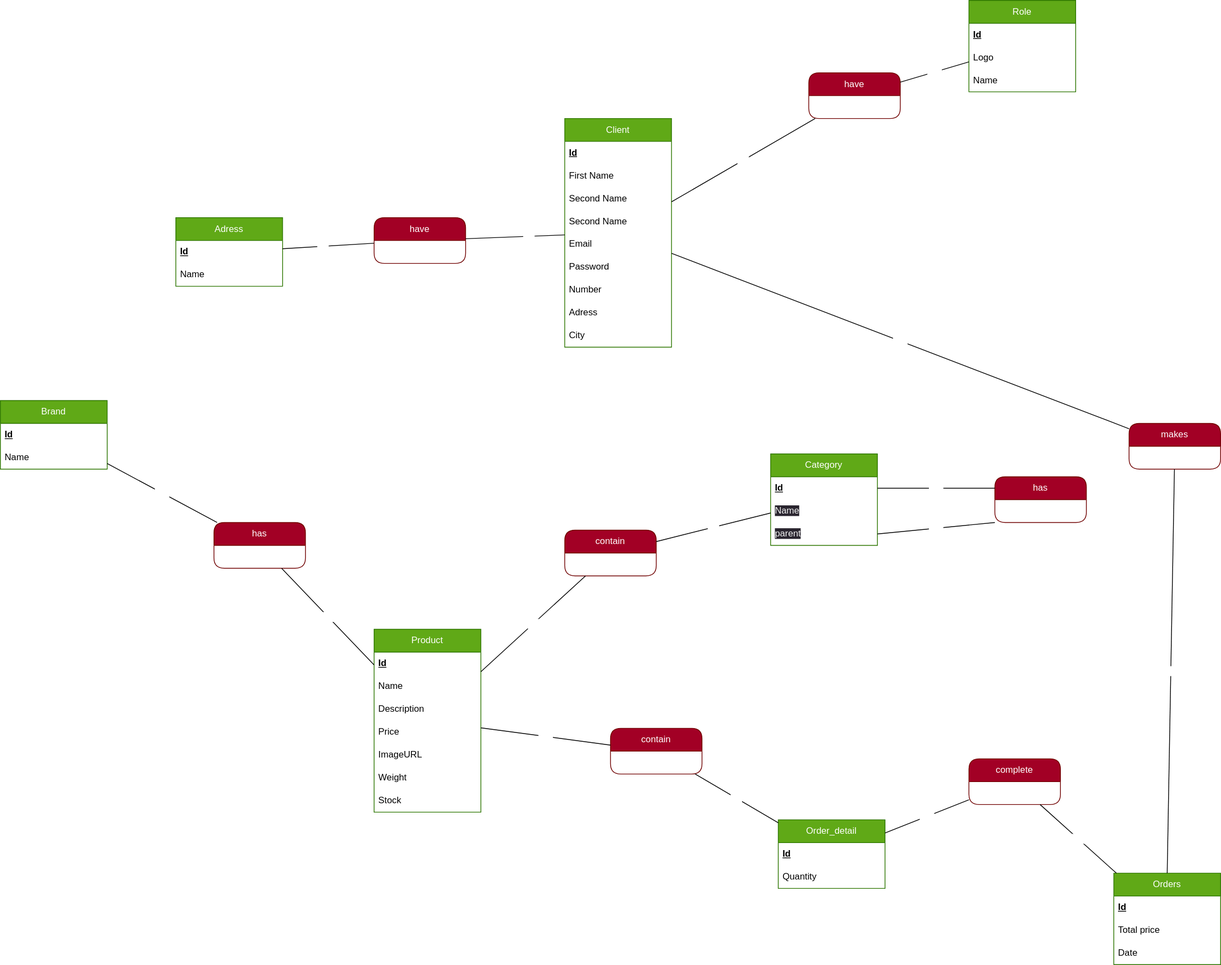
Above: code/server/merise/MCD-komora.drawio.svg in TERENYANA/komora (draw.io), before the change. Source tidied: cells renumbered, new cells last; positions are measured from the earlier drawing's top-left corner, leaving out a move shared by most shapes.
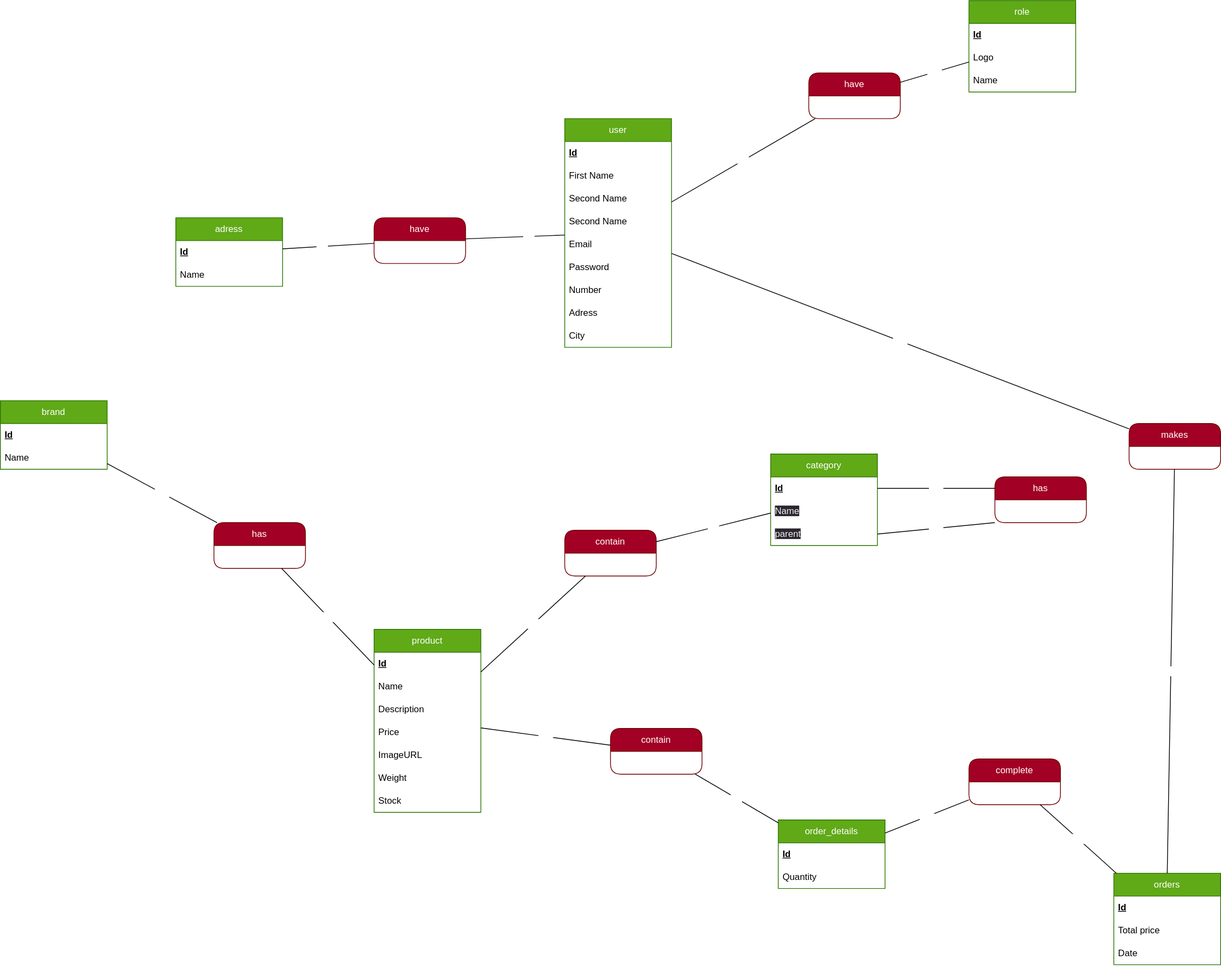
Later version of the same file.

The edit, as a diff of the source:
```diff
@@ -2,7 +2,7 @@
   <root>
     <mxCell id="0" />
     <mxCell id="1" parent="0" />
-    <mxCell id="2" value="Role" style="swimlane;fontStyle=0;horizontal=1;startSize=30;whiteSpace=wrap;html=1;fillColor=#60a917;fontColor=#ffffff;strokeColor=#2D7600;" parent="1" vertex="1">
+    <mxCell id="2" value="role" style="swimlane;fontStyle=0;horizontal=1;startSize=30;whiteSpace=wrap;html=1;fillColor=#60a917;fontColor=#ffffff;strokeColor=#2D7600;" parent="1" vertex="1">
       <mxGeometry x="1270" width="140" height="120" as="geometry" />
     </mxCell>
     <mxCell id="3" value="&lt;b&gt;&lt;u&gt;Id&lt;/u&gt;&lt;/b&gt;" style="text;strokeColor=none;fillColor=none;align=left;verticalAlign=middle;spacingLeft=4;spacingRight=4;overflow=hidden;whiteSpace=wrap;html=1;" parent="2" vertex="1">
@@ -14,7 +14,7 @@
     <mxCell id="5" value="Name" style="text;strokeColor=none;fillColor=none;align=left;verticalAlign=middle;spacingLeft=4;spacingRight=4;overflow=hidden;whiteSpace=wrap;html=1;" parent="2" vertex="1">
       <mxGeometry y="90" width="140" height="30" as="geometry" />
     </mxCell>
-    <mxCell id="6" value="Product" style="swimlane;fontStyle=0;horizontal=1;startSize=30;whiteSpace=wrap;html=1;fillColor=#60a917;fontColor=#ffffff;strokeColor=#2D7600;" parent="1" vertex="1">
+    <mxCell id="6" value="product" style="swimlane;fontStyle=0;horizontal=1;startSize=30;whiteSpace=wrap;html=1;fillColor=#60a917;fontColor=#ffffff;strokeColor=#2D7600;" parent="1" vertex="1">
       <mxGeometry x="490" y="825" width="140" height="240" as="geometry" />
     </mxCell>
     <mxCell id="7" value="&lt;b&gt;&lt;u&gt;Id&lt;/u&gt;&lt;/b&gt;" style="text;strokeColor=none;fillColor=none;align=left;verticalAlign=middle;spacingLeft=4;spacingRight=4;overflow=hidden;whiteSpace=wrap;html=1;" parent="6" vertex="1">
@@ -38,7 +38,7 @@
     <mxCell id="13" value="Stock" style="text;strokeColor=none;fillColor=none;align=left;verticalAlign=middle;spacingLeft=4;spacingRight=4;overflow=hidden;whiteSpace=wrap;html=1;" parent="6" vertex="1">
       <mxGeometry y="210" width="140" height="30" as="geometry" />
     </mxCell>
-    <mxCell id="14" value="Category" style="swimlane;fontStyle=0;horizontal=1;startSize=30;whiteSpace=wrap;html=1;fillColor=#60a917;fontColor=#ffffff;strokeColor=#2D7600;" parent="1" vertex="1">
+    <mxCell id="14" value="category" style="swimlane;fontStyle=0;horizontal=1;startSize=30;whiteSpace=wrap;html=1;fillColor=#60a917;fontColor=#ffffff;strokeColor=#2D7600;" parent="1" vertex="1">
       <mxGeometry x="1010" y="595" width="140" height="120" as="geometry" />
     </mxCell>
     <mxCell id="15" value="&lt;b&gt;&lt;u&gt;Id&lt;/u&gt;&lt;/b&gt;" style="text;strokeColor=none;fillColor=none;align=left;verticalAlign=middle;spacingLeft=4;spacingRight=4;overflow=hidden;points=[[0,0.5],[1,0.5]];portConstraint=eastwest;whiteSpace=wrap;html=1;" parent="14" vertex="1">
@@ -50,7 +50,7 @@
     <mxCell id="17" value="&lt;span style=&quot;color: rgb(240, 240, 240); font-family: Helvetica; font-size: 12px; font-style: normal; font-variant-ligatures: normal; font-variant-caps: normal; font-weight: 400; letter-spacing: normal; orphans: 2; text-align: left; text-indent: 0px; text-transform: none; widows: 2; word-spacing: 0px; -webkit-text-stroke-width: 0px; background-color: rgb(42, 37, 47); text-decoration-thickness: initial; text-decoration-style: initial; text-decoration-color: initial; float: none; display: inline !important;&quot;&gt;parent&lt;/span&gt;" style="text;strokeColor=none;fillColor=none;align=left;verticalAlign=middle;spacingLeft=4;spacingRight=4;overflow=hidden;points=[[0,0.5],[1,0.5]];portConstraint=eastwest;whiteSpace=wrap;html=1;" parent="14" vertex="1">
       <mxGeometry y="90" width="140" height="30" as="geometry" />
     </mxCell>
-    <mxCell id="18" value="Client" style="swimlane;fontStyle=0;horizontal=1;startSize=30;whiteSpace=wrap;html=1;fillColor=#60a917;fontColor=#ffffff;strokeColor=#2D7600;" parent="1" vertex="1">
+    <mxCell id="18" value="user" style="swimlane;fontStyle=0;horizontal=1;startSize=30;whiteSpace=wrap;html=1;fillColor=#60a917;fontColor=#ffffff;strokeColor=#2D7600;" parent="1" vertex="1">
       <mxGeometry x="740" y="155" width="140" height="300" as="geometry" />
     </mxCell>
     <mxCell id="19" value="&lt;b&gt;&lt;u&gt;Id&lt;/u&gt;&lt;/b&gt;" style="text;strokeColor=none;fillColor=none;align=left;verticalAlign=middle;spacingLeft=4;spacingRight=4;overflow=hidden;whiteSpace=wrap;html=1;" parent="18" vertex="1">
@@ -80,7 +80,7 @@
     <mxCell id="27" value="City" style="text;strokeColor=none;fillColor=none;align=left;verticalAlign=middle;spacingLeft=4;spacingRight=4;overflow=hidden;whiteSpace=wrap;html=1;" parent="18" vertex="1">
       <mxGeometry y="270" width="140" height="30" as="geometry" />
     </mxCell>
-    <mxCell id="28" value="Order_detail" style="swimlane;fontStyle=0;horizontal=1;startSize=30;whiteSpace=wrap;html=1;fillColor=#60a917;fontColor=#ffffff;strokeColor=#2D7600;" parent="1" vertex="1">
+    <mxCell id="28" value="order_details" style="swimlane;fontStyle=0;horizontal=1;startSize=30;whiteSpace=wrap;html=1;fillColor=#60a917;fontColor=#ffffff;strokeColor=#2D7600;" parent="1" vertex="1">
       <mxGeometry x="1020" y="1075" width="140" height="90" as="geometry" />
     </mxCell>
     <mxCell id="29" value="&lt;b&gt;&lt;u&gt;Id&lt;/u&gt;&lt;/b&gt;" style="text;strokeColor=none;fillColor=none;align=left;verticalAlign=middle;spacingLeft=4;spacingRight=4;overflow=hidden;whiteSpace=wrap;html=1;" parent="28" vertex="1">
@@ -89,7 +89,7 @@
     <mxCell id="30" value="Quantity" style="text;strokeColor=none;fillColor=none;align=left;verticalAlign=middle;spacingLeft=4;spacingRight=4;overflow=hidden;whiteSpace=wrap;html=1;" parent="28" vertex="1">
       <mxGeometry y="60" width="140" height="30" as="geometry" />
     </mxCell>
-    <mxCell id="31" value="Orders" style="swimlane;fontStyle=0;horizontal=1;startSize=30;whiteSpace=wrap;html=1;fillColor=#60a917;fontColor=#ffffff;strokeColor=#2D7600;" parent="1" vertex="1">
+    <mxCell id="31" value="orders" style="swimlane;fontStyle=0;horizontal=1;startSize=30;whiteSpace=wrap;html=1;fillColor=#60a917;fontColor=#ffffff;strokeColor=#2D7600;" parent="1" vertex="1">
       <mxGeometry x="1460" y="1145" width="140" height="120" as="geometry" />
     </mxCell>
     <mxCell id="32" value="&lt;b&gt;&lt;u&gt;Id&lt;/u&gt;&lt;/b&gt;" style="text;strokeColor=none;fillColor=none;align=left;verticalAlign=middle;spacingLeft=4;spacingRight=4;overflow=hidden;whiteSpace=wrap;html=1;" parent="31" vertex="1">
@@ -155,7 +155,7 @@
     <mxCell id="52" value="1, 1" style="endArrow=none;html=1;rounded=0;fontColor=#FFFFFF;entryX=0.5;entryY=0;entryDx=0;entryDy=0;" parent="1" edge="1" source="50" target="31">
       <mxGeometry relative="1" as="geometry" />
     </mxCell>
-    <mxCell id="53" value="Brand" style="swimlane;fontStyle=0;horizontal=1;startSize=30;whiteSpace=wrap;html=1;fillColor=#60a917;fontColor=#ffffff;strokeColor=#2D7600;" parent="1" vertex="1">
+    <mxCell id="53" value="brand" style="swimlane;fontStyle=0;horizontal=1;startSize=30;whiteSpace=wrap;html=1;fillColor=#60a917;fontColor=#ffffff;strokeColor=#2D7600;" parent="1" vertex="1">
       <mxGeometry y="525" width="140" height="90" as="geometry" />
     </mxCell>
     <mxCell id="54" value="&lt;b&gt;&lt;u&gt;Id&lt;/u&gt;&lt;/b&gt;" style="text;strokeColor=none;fillColor=none;align=left;verticalAlign=middle;spacingLeft=4;spacingRight=4;overflow=hidden;whiteSpace=wrap;html=1;" parent="53" vertex="1">
@@ -173,7 +173,7 @@
     <mxCell id="58" value="1, 1" style="endArrow=none;html=1;rounded=0;fontColor=#FFFFFF;startArrow=none;" parent="1" edge="1" source="56" target="6">
       <mxGeometry relative="1" as="geometry" />
     </mxCell>
-    <mxCell id="59" value="Adress" style="swimlane;fontStyle=0;horizontal=1;startSize=30;whiteSpace=wrap;html=1;fillColor=#60a917;fontColor=#ffffff;strokeColor=#2D7600;" parent="1" vertex="1">
+    <mxCell id="59" value="adress" style="swimlane;fontStyle=0;horizontal=1;startSize=30;whiteSpace=wrap;html=1;fillColor=#60a917;fontColor=#ffffff;strokeColor=#2D7600;" parent="1" vertex="1">
       <mxGeometry x="230" y="285" width="140" height="90" as="geometry" />
     </mxCell>
     <mxCell id="60" value="&lt;b&gt;&lt;u&gt;Id&lt;/u&gt;&lt;/b&gt;" style="text;strokeColor=none;fillColor=none;align=left;verticalAlign=middle;spacingLeft=4;spacingRight=4;overflow=hidden;whiteSpace=wrap;html=1;" parent="59" vertex="1">
```
